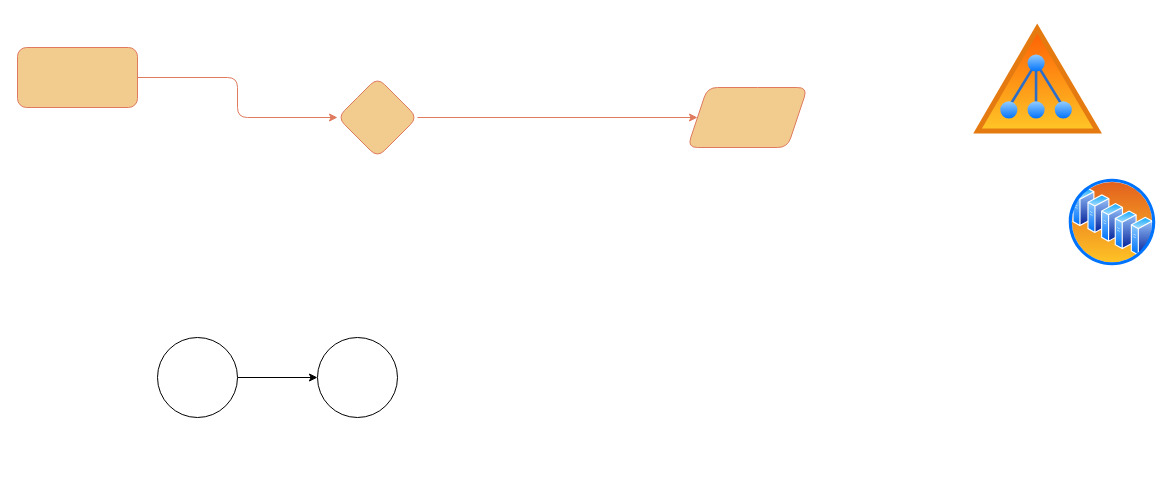
This is page "第 1 页" (1 of 2) of 未命名绘图.drawio from Eiji1422/diagrams, a draw.io file, before an edit. Source tidied: cells renumbered, new cells numbered last; positions are measured from the earlier drawing's top-left corner, leaving out a move shared by most shapes. Both pictures are drawn from the tidied source at 100%, with x=0, y=0 at pixel (17, 17).
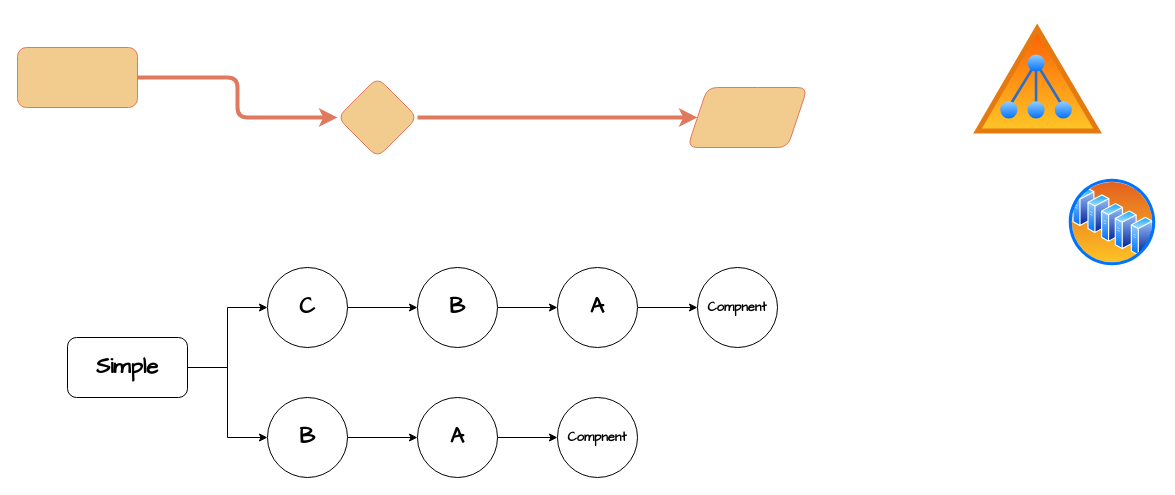
Above is the later version.

The change refers to these unchanged cells:
```xml
<mxCell id="4" style="rounded=1;whiteSpace=wrap;html=1;hachureGap=4;fontFamily=Architects Daughter;labelBackgroundColor=none;fillColor=#F2CC8F;strokeColor=#E07A5F;fontColor=#393C56;" parent="1" vertex="1">
  <mxGeometry y="30" width="120" height="60" as="geometry" />
</mxCell>
<mxCell id="5" style="rhombus;whiteSpace=wrap;html=1;fontFamily=Architects Daughter;rounded=1;hachureGap=4;labelBackgroundColor=none;fillColor=#F2CC8F;strokeColor=#E07A5F;fontColor=#393C56;" parent="1" vertex="1">
  <mxGeometry x="320" y="60" width="80" height="80" as="geometry" />
</mxCell>
<mxCell id="6" style="shape=parallelogram;perimeter=parallelogramPerimeter;whiteSpace=wrap;html=1;fixedSize=1;fontFamily=Architects Daughter;rounded=1;hachureGap=4;labelBackgroundColor=none;fillColor=#F2CC8F;strokeColor=#E07A5F;fontColor=#393C56;noLabel=0;direction=west;portConstraintRotation=0;fixDash=0;enumerate=0;comic=0;" parent="1" vertex="1">
  <mxGeometry x="670" y="70" width="120" height="60" as="geometry" />
</mxCell>
```

Diff of the diagram source:
```diff
@@
-    <mxCell id="2" style="edgeStyle=orthogonalEdgeStyle;rounded=1;hachureGap=4;jettySize=auto;html=1;fontFamily=Architects Daughter;labelBackgroundColor=none;fontColor=default;strokeColor=#E07A5F;flowAnimation=1;shadow=0;" parent="1" edge="1" source="5" target="6">
+    <mxCell id="2" style="edgeStyle=orthogonalEdgeStyle;rounded=1;hachureGap=4;jettySize=auto;html=1;fontFamily=Architects Daughter;labelBackgroundColor=none;fontColor=default;strokeColor=#E07A5F;flowAnimation=1;shadow=0;strokeWidth=4;" parent="1" edge="1" source="5" target="6">
       <mxGeometry relative="1" as="geometry" />
     </mxCell>
-    <mxCell id="3" style="edgeStyle=orthogonalEdgeStyle;rounded=1;hachureGap=4;jettySize=auto;html=1;fontFamily=Architects Daughter;labelBackgroundColor=none;fontColor=default;strokeColor=#E07A5F;flowAnimation=1;" parent="1" edge="1" source="4" target="5">
+    <mxCell id="3" style="edgeStyle=orthogonalEdgeStyle;rounded=1;hachureGap=4;jettySize=auto;html=1;fontFamily=Architects Daughter;labelBackgroundColor=none;fontColor=default;strokeColor=#E07A5F;flowAnimation=1;strokeWidth=4;jumpStyle=arc;" parent="1" edge="1" source="4" target="5">
       <mxGeometry relative="1" as="geometry" />
     </mxCell>
@@
-    <mxCell id="9" style="edgeStyle=orthogonalEdgeStyle;rounded=0;jettySize=auto;html=1;" parent="1" edge="1" source="10" target="11">
-      <mxGeometry relative="1" as="geometry" />
-    </mxCell>
-    <mxCell id="10" style="ellipse;whiteSpace=wrap;html=1;hachureGap=4;fontFamily=Architects Daughter;" parent="1" vertex="1">
-      <mxGeometry x="140" y="320" width="80" height="80" as="geometry" />
-    </mxCell>
-    <mxCell id="11" style="ellipse;whiteSpace=wrap;html=1;hachureGap=4;fontFamily=Architects Daughter;" parent="1" vertex="1">
-      <mxGeometry x="300" y="320" width="80" height="80" as="geometry" />
-    </mxCell>
+    <mxCell id="12" style="edgeStyle=orthogonalEdgeStyle;rounded=0;jettySize=auto;html=1;entryX=0;entryY=0.5;entryDx=0;entryDy=0;" parent="1" edge="1" source="13" target="17">
+      <mxGeometry relative="1" as="geometry" />
+    </mxCell>
+    <mxCell id="13" value="&lt;font style=&quot;font-size: 22px;&quot;&gt;&lt;b&gt;C&lt;/b&gt;&lt;/font&gt;" style="ellipse;whiteSpace=wrap;html=1;hachureGap=4;fontFamily=Architects Daughter;" parent="1" vertex="1">
+      <mxGeometry x="250" y="250" width="80" height="80" as="geometry" />
+    </mxCell>
+    <mxCell id="14" style="edgeStyle=orthogonalEdgeStyle;rounded=0;jettySize=auto;html=1;" parent="1" edge="1" source="15" target="22">
+      <mxGeometry relative="1" as="geometry" />
+    </mxCell>
+    <mxCell id="15" value="&lt;font style=&quot;font-size: 22px;&quot;&gt;&lt;b&gt;B&lt;/b&gt;&lt;/font&gt;" style="ellipse;whiteSpace=wrap;html=1;hachureGap=4;fontFamily=Architects Daughter;" parent="1" vertex="1">
+      <mxGeometry x="250" y="380" width="80" height="80" as="geometry" />
+    </mxCell>
+    <mxCell id="16" style="edgeStyle=orthogonalEdgeStyle;rounded=0;jettySize=auto;html=1;" parent="1" edge="1" source="17" target="19">
+      <mxGeometry relative="1" as="geometry" />
+    </mxCell>
+    <mxCell id="17" value="&lt;font style=&quot;font-size: 22px;&quot;&gt;&lt;b&gt;B&lt;/b&gt;&lt;/font&gt;" style="ellipse;whiteSpace=wrap;html=1;hachureGap=4;fontFamily=Architects Daughter;" parent="1" vertex="1">
+      <mxGeometry x="400" y="250" width="80" height="80" as="geometry" />
+    </mxCell>
+    <mxCell id="18" style="edgeStyle=orthogonalEdgeStyle;rounded=0;jettySize=auto;html=1;" parent="1" edge="1" source="19" target="20">
+      <mxGeometry relative="1" as="geometry" />
+    </mxCell>
+    <mxCell id="19" value="&lt;font style=&quot;font-size: 22px;&quot;&gt;&lt;b&gt;A&lt;/b&gt;&lt;/font&gt;" style="ellipse;whiteSpace=wrap;html=1;hachureGap=4;fontFamily=Architects Daughter;" parent="1" vertex="1">
+      <mxGeometry x="540" y="250" width="80" height="80" as="geometry" />
+    </mxCell>
+    <mxCell id="20" value="&lt;font style=&quot;font-size: 13px;&quot;&gt;&lt;b style=&quot;&quot;&gt;Compnent&lt;/b&gt;&lt;/font&gt;" style="ellipse;whiteSpace=wrap;html=1;hachureGap=4;fontFamily=Architects Daughter;" parent="1" vertex="1">
+      <mxGeometry x="680" y="250" width="80" height="80" as="geometry" />
+    </mxCell>
+    <mxCell id="21" style="edgeStyle=orthogonalEdgeStyle;rounded=0;jettySize=auto;html=1;" parent="1" edge="1" source="22" target="23">
+      <mxGeometry relative="1" as="geometry" />
+    </mxCell>
+    <mxCell id="22" value="&lt;font style=&quot;font-size: 22px;&quot;&gt;&lt;b&gt;A&lt;/b&gt;&lt;/font&gt;" style="ellipse;whiteSpace=wrap;html=1;hachureGap=4;fontFamily=Architects Daughter;" parent="1" vertex="1">
+      <mxGeometry x="400" y="380" width="80" height="80" as="geometry" />
+    </mxCell>
+    <mxCell id="23" value="&lt;font style=&quot;font-size: 13px;&quot;&gt;&lt;b style=&quot;&quot;&gt;Compnent&lt;/b&gt;&lt;/font&gt;" style="ellipse;whiteSpace=wrap;html=1;hachureGap=4;fontFamily=Architects Daughter;" parent="1" vertex="1">
+      <mxGeometry x="540" y="380" width="80" height="80" as="geometry" />
+    </mxCell>
+    <mxCell id="24" style="edgeStyle=orthogonalEdgeStyle;rounded=0;jettySize=auto;html=1;entryX=0;entryY=0.5;entryDx=0;entryDy=0;" parent="1" edge="1" source="26" target="13">
+      <mxGeometry relative="1" as="geometry" />
+    </mxCell>
+    <mxCell id="25" style="edgeStyle=orthogonalEdgeStyle;rounded=0;jettySize=auto;html=1;entryX=0;entryY=0.5;entryDx=0;entryDy=0;" parent="1" edge="1" source="26" target="15">
+      <mxGeometry relative="1" as="geometry" />
+    </mxCell>
+    <mxCell id="26" value="&lt;font face=&quot;Architects Daughter&quot;&gt;&lt;span style=&quot;font-size: 22px;&quot;&gt;&lt;b&gt;Simple&lt;/b&gt;&lt;/span&gt;&lt;/font&gt;" style="rounded=1;whiteSpace=wrap;html=1;" parent="1" vertex="1">
+      <mxGeometry x="50" y="320" width="120" height="60" as="geometry" />
+    </mxCell>
```
